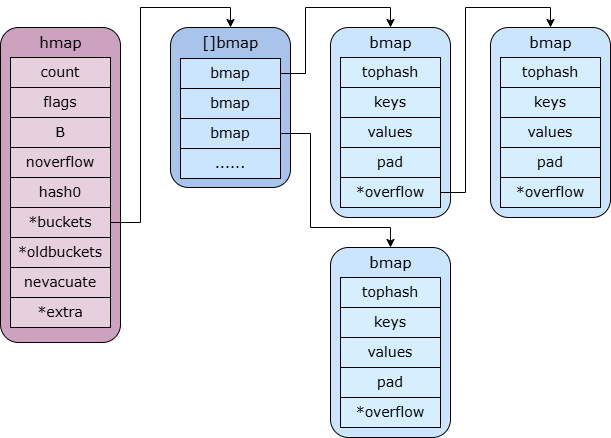
Above: go/map底层结构.drawio.png in guxdong/imgrepo (draw.io), before the change. Source tidied: cells renumbered, new cells last; positions are measured from the earlier drawing's top-left corner, leaving out a move shared by most shapes.
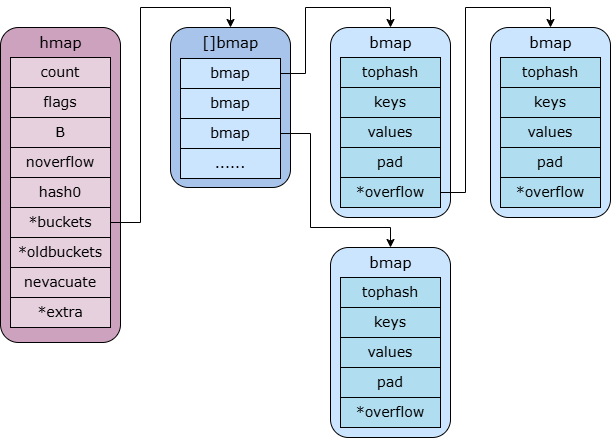
The same file after the commit.

Commit message:
更新map底层结构.drawio.png

Change to the diagram source:
```diff
@@ -65,19 +65,19 @@
     <mxCell id="22" style="rounded=1;whiteSpace=wrap;html=1;fillColor=#CCE5FF;" parent="21" vertex="1">
       <mxGeometry width="120" height="190" as="geometry" />
     </mxCell>
-    <mxCell id="23" value="&lt;font face=&quot;Verdana&quot; style=&quot;font-size: 14px;&quot;&gt;tophash&lt;/font&gt;" style="rounded=0;whiteSpace=wrap;html=1;fillColor=#D6EFFF;" parent="21" vertex="1">
+    <mxCell id="23" value="&lt;font face=&quot;Verdana&quot; style=&quot;font-size: 14px;&quot;&gt;tophash&lt;/font&gt;" style="rounded=0;whiteSpace=wrap;html=1;fillColor=#b1ddf0;strokeColor=#000000;" parent="21" vertex="1">
       <mxGeometry x="10" y="30" width="100" height="30" as="geometry" />
     </mxCell>
-    <mxCell id="24" value="&lt;font face=&quot;Verdana&quot; style=&quot;font-size: 14px;&quot;&gt;keys&lt;/font&gt;" style="rounded=0;whiteSpace=wrap;html=1;fillColor=#D6EFFF;" parent="21" vertex="1">
+    <mxCell id="24" value="&lt;font face=&quot;Verdana&quot; style=&quot;font-size: 14px;&quot;&gt;keys&lt;/font&gt;" style="rounded=0;whiteSpace=wrap;html=1;fillColor=#b1ddf0;strokeColor=#000000;" parent="21" vertex="1">
       <mxGeometry x="10" y="60" width="100" height="30" as="geometry" />
     </mxCell>
-    <mxCell id="25" value="&lt;font face=&quot;Verdana&quot; style=&quot;font-size: 14px;&quot;&gt;values&lt;/font&gt;" style="rounded=0;whiteSpace=wrap;html=1;fillColor=#D6EFFF;" parent="21" vertex="1">
+    <mxCell id="25" value="&lt;font face=&quot;Verdana&quot; style=&quot;font-size: 14px;&quot;&gt;values&lt;/font&gt;" style="rounded=0;whiteSpace=wrap;html=1;fillColor=#b1ddf0;strokeColor=#000000;" parent="21" vertex="1">
       <mxGeometry x="10" y="90" width="100" height="30" as="geometry" />
     </mxCell>
-    <mxCell id="26" value="&lt;font face=&quot;Verdana&quot; style=&quot;font-size: 14px;&quot;&gt;pad&lt;/font&gt;" style="rounded=0;whiteSpace=wrap;html=1;fillColor=#D6EFFF;" parent="21" vertex="1">
+    <mxCell id="26" value="&lt;font face=&quot;Verdana&quot; style=&quot;font-size: 14px;&quot;&gt;pad&lt;/font&gt;" style="rounded=0;whiteSpace=wrap;html=1;fillColor=#b1ddf0;strokeColor=#000000;" parent="21" vertex="1">
       <mxGeometry x="10" y="120" width="100" height="30" as="geometry" />
     </mxCell>
-    <mxCell id="27" value="&lt;font face=&quot;Verdana&quot; style=&quot;font-size: 14px;&quot;&gt;*overflow&lt;/font&gt;" style="rounded=0;whiteSpace=wrap;html=1;fillColor=#D6EFFF;" parent="21" vertex="1">
+    <mxCell id="27" value="&lt;font face=&quot;Verdana&quot; style=&quot;font-size: 14px;&quot;&gt;*overflow&lt;/font&gt;" style="rounded=0;whiteSpace=wrap;html=1;fillColor=#b1ddf0;strokeColor=#000000;" parent="21" vertex="1">
       <mxGeometry x="10" y="150" width="100" height="30" as="geometry" />
     </mxCell>
     <mxCell id="28" value="&lt;font face=&quot;Verdana&quot; style=&quot;font-size: 15px;&quot;&gt;bmap&lt;/font&gt;" style="text;html=1;align=center;verticalAlign=middle;strokeColor=none;fillColor=none;" parent="21" vertex="1">
@@ -89,83 +89,83 @@
     <mxCell id="30" style="rounded=1;whiteSpace=wrap;html=1;fillColor=#CCE5FF;" parent="29" vertex="1">
       <mxGeometry width="120" height="190" as="geometry" />
     </mxCell>
-    <mxCell id="31" value="&lt;font face=&quot;Verdana&quot; style=&quot;font-size: 14px;&quot;&gt;tophash&lt;/font&gt;" style="rounded=0;whiteSpace=wrap;html=1;fillColor=#D6EFFF;" parent="29" vertex="1">
+    <mxCell id="31" value="&lt;font face=&quot;Verdana&quot; style=&quot;font-size: 14px;&quot;&gt;tophash&lt;/font&gt;" style="rounded=0;whiteSpace=wrap;html=1;fillColor=#b1ddf0;strokeColor=#000000;" parent="29" vertex="1">
       <mxGeometry x="10" y="30" width="100" height="30" as="geometry" />
     </mxCell>
-    <mxCell id="32" value="&lt;font face=&quot;Verdana&quot; style=&quot;font-size: 14px;&quot;&gt;keys&lt;/font&gt;" style="rounded=0;whiteSpace=wrap;html=1;fillColor=#D6EFFF;" parent="29" vertex="1">
+    <mxCell id="32" value="&lt;font face=&quot;Verdana&quot; style=&quot;font-size: 14px;&quot;&gt;keys&lt;/font&gt;" style="rounded=0;whiteSpace=wrap;html=1;fillColor=#b1ddf0;strokeColor=#000000;" parent="29" vertex="1">
       <mxGeometry x="10" y="60" width="100" height="30" as="geometry" />
     </mxCell>
-    <mxCell id="33" value="&lt;font face=&quot;Verdana&quot; style=&quot;font-size: 14px;&quot;&gt;values&lt;/font&gt;" style="rounded=0;whiteSpace=wrap;html=1;fillColor=#D6EFFF;" parent="29" vertex="1">
+    <mxCell id="33" value="&lt;font face=&quot;Verdana&quot; style=&quot;font-size: 14px;&quot;&gt;values&lt;/font&gt;" style="rounded=0;whiteSpace=wrap;html=1;fillColor=#b1ddf0;strokeColor=#000000;" parent="29" vertex="1">
       <mxGeometry x="10" y="90" width="100" height="30" as="geometry" />
     </mxCell>
-    <mxCell id="34" value="&lt;font face=&quot;Verdana&quot; style=&quot;font-size: 14px;&quot;&gt;pad&lt;/font&gt;" style="rounded=0;whiteSpace=wrap;html=1;fillColor=#D6EFFF;" parent="29" vertex="1">
+    <mxCell id="34" value="&lt;font face=&quot;Verdana&quot; style=&quot;font-size: 14px;&quot;&gt;pad&lt;/font&gt;" style="rounded=0;whiteSpace=wrap;html=1;fillColor=#b1ddf0;strokeColor=#000000;" parent="29" vertex="1">
       <mxGeometry x="10" y="120" width="100" height="30" as="geometry" />
     </mxCell>
-    <mxCell id="35" value="&lt;font face=&quot;Verdana&quot; style=&quot;font-size: 14px;&quot;&gt;*overflow&lt;/font&gt;" style="rounded=0;whiteSpace=wrap;html=1;fillColor=#D6EFFF;" parent="29" vertex="1">
+    <mxCell id="35" value="&lt;font face=&quot;Verdana&quot; style=&quot;font-size: 14px;&quot;&gt;*overflow&lt;/font&gt;" style="rounded=0;whiteSpace=wrap;html=1;fillColor=#b1ddf0;strokeColor=#000000;" parent="29" vertex="1">
       <mxGeometry x="10" y="150" width="100" height="30" as="geometry" />
     </mxCell>
     <mxCell id="36" value="&lt;font face=&quot;Verdana&quot; style=&quot;font-size: 15px;&quot;&gt;bmap&lt;/font&gt;" style="text;html=1;align=center;verticalAlign=middle;strokeColor=none;fillColor=none;" parent="29" vertex="1">
       <mxGeometry x="25" width="70" height="30" as="geometry" />
     </mxCell>
+    <mxCell id="45" style="endArrow=classic;html=1;rounded=0;exitX=1;exitY=0.5;exitDx=0;exitDy=0;entryX=0.5;entryY=0;entryDx=0;entryDy=0;edgeStyle=orthogonalEdgeStyle;" parent="1" edge="1" source="9" target="15">
+      <mxGeometry relative="1" as="geometry">
+        <Array as="points">
+          <mxPoint x="140" y="215" />
+          <mxPoint x="140" />
+          <mxPoint x="230" />
+        </Array>
+      </mxGeometry>
+    </mxCell>
+    <mxCell id="46" style="endArrow=classic;html=1;rounded=0;exitX=1;exitY=0.5;exitDx=0;exitDy=0;entryX=0.5;entryY=0;entryDx=0;entryDy=0;edgeStyle=orthogonalEdgeStyle;" parent="1" edge="1" source="16" target="22">
+      <mxGeometry relative="1" as="geometry">
+        <Array as="points">
+          <mxPoint x="305" y="66" />
+          <mxPoint x="305" />
+          <mxPoint x="390" />
+        </Array>
+      </mxGeometry>
+    </mxCell>
+    <mxCell id="47" style="endArrow=classic;html=1;rounded=0;exitX=1;exitY=0.5;exitDx=0;exitDy=0;entryX=0.5;entryY=0;entryDx=0;entryDy=0;edgeStyle=orthogonalEdgeStyle;" parent="1" edge="1" source="27" target="30">
+      <mxGeometry relative="1" as="geometry">
+        <Array as="points">
+          <mxPoint x="465" y="185" />
+          <mxPoint x="465" />
+          <mxPoint x="550" />
+        </Array>
+      </mxGeometry>
+    </mxCell>
+    <mxCell id="48" style="endArrow=classic;html=1;rounded=0;exitX=1;exitY=0.5;exitDx=0;exitDy=0;entryX=0.5;entryY=0;entryDx=0;entryDy=0;edgeStyle=orthogonalEdgeStyle;" parent="1" edge="1" source="18" target="38">
+      <mxGeometry relative="1" as="geometry">
+        <Array as="points">
+          <mxPoint x="310" y="126" />
+          <mxPoint x="310" y="220" />
+          <mxPoint x="390" y="220" />
+        </Array>
+      </mxGeometry>
+    </mxCell>
     <mxCell id="37" style="group;" parent="1" vertex="1">
       <mxGeometry x="330" y="240" width="120" height="190" as="geometry" />
     </mxCell>
     <mxCell id="38" style="rounded=1;whiteSpace=wrap;html=1;fillColor=#CCE5FF;" parent="37" vertex="1">
       <mxGeometry width="120" height="190" as="geometry" />
     </mxCell>
-    <mxCell id="39" value="&lt;font face=&quot;Verdana&quot; style=&quot;font-size: 14px;&quot;&gt;tophash&lt;/font&gt;" style="rounded=0;whiteSpace=wrap;html=1;fillColor=#D6EFFF;" parent="37" vertex="1">
+    <mxCell id="39" value="&lt;font face=&quot;Verdana&quot; style=&quot;font-size: 14px;&quot;&gt;tophash&lt;/font&gt;" style="rounded=0;whiteSpace=wrap;html=1;fillColor=#b1ddf0;strokeColor=#000000;" parent="37" vertex="1">
       <mxGeometry x="10" y="30" width="100" height="30" as="geometry" />
     </mxCell>
-    <mxCell id="40" value="&lt;font face=&quot;Verdana&quot; style=&quot;font-size: 14px;&quot;&gt;keys&lt;/font&gt;" style="rounded=0;whiteSpace=wrap;html=1;fillColor=#D6EFFF;" parent="37" vertex="1">
+    <mxCell id="40" value="&lt;font face=&quot;Verdana&quot; style=&quot;font-size: 14px;&quot;&gt;keys&lt;/font&gt;" style="rounded=0;whiteSpace=wrap;html=1;fillColor=#b1ddf0;strokeColor=#000000;" parent="37" vertex="1">
       <mxGeometry x="10" y="60" width="100" height="30" as="geometry" />
     </mxCell>
-    <mxCell id="41" value="&lt;font face=&quot;Verdana&quot; style=&quot;font-size: 14px;&quot;&gt;values&lt;/font&gt;" style="rounded=0;whiteSpace=wrap;html=1;fillColor=#D6EFFF;" parent="37" vertex="1">
+    <mxCell id="41" value="&lt;font face=&quot;Verdana&quot; style=&quot;font-size: 14px;&quot;&gt;values&lt;/font&gt;" style="rounded=0;whiteSpace=wrap;html=1;fillColor=#b1ddf0;strokeColor=#000000;" parent="37" vertex="1">
       <mxGeometry x="10" y="90" width="100" height="30" as="geometry" />
     </mxCell>
-    <mxCell id="42" value="&lt;font face=&quot;Verdana&quot; style=&quot;font-size: 14px;&quot;&gt;pad&lt;/font&gt;" style="rounded=0;whiteSpace=wrap;html=1;fillColor=#D6EFFF;" parent="37" vertex="1">
+    <mxCell id="42" value="&lt;font face=&quot;Verdana&quot; style=&quot;font-size: 14px;&quot;&gt;pad&lt;/font&gt;" style="rounded=0;whiteSpace=wrap;html=1;fillColor=#b1ddf0;strokeColor=#000000;" parent="37" vertex="1">
       <mxGeometry x="10" y="120" width="100" height="30" as="geometry" />
     </mxCell>
-    <mxCell id="43" value="&lt;font face=&quot;Verdana&quot; style=&quot;font-size: 14px;&quot;&gt;*overflow&lt;/font&gt;" style="rounded=0;whiteSpace=wrap;html=1;fillColor=#D6EFFF;" parent="37" vertex="1">
+    <mxCell id="43" value="&lt;font face=&quot;Verdana&quot; style=&quot;font-size: 14px;&quot;&gt;*overflow&lt;/font&gt;" style="rounded=0;whiteSpace=wrap;html=1;fillColor=#b1ddf0;strokeColor=#000000;" parent="37" vertex="1">
       <mxGeometry x="10" y="150" width="100" height="30" as="geometry" />
     </mxCell>
     <mxCell id="44" value="&lt;font face=&quot;Verdana&quot; style=&quot;font-size: 15px;&quot;&gt;bmap&lt;/font&gt;" style="text;html=1;align=center;verticalAlign=middle;strokeColor=none;fillColor=none;" parent="37" vertex="1">
       <mxGeometry x="25" width="70" height="30" as="geometry" />
     </mxCell>
-    <mxCell id="45" style="endArrow=classic;html=1;rounded=0;exitX=1;exitY=0.5;exitDx=0;exitDy=0;entryX=0.5;entryY=0;entryDx=0;entryDy=0;edgeStyle=orthogonalEdgeStyle;" parent="1" edge="1" source="9" target="15">
-      <mxGeometry relative="1" as="geometry">
-        <Array as="points">
-          <mxPoint x="140" y="215" />
-          <mxPoint x="140" />
-          <mxPoint x="230" />
-        </Array>
-      </mxGeometry>
-    </mxCell>
-    <mxCell id="46" style="endArrow=classic;html=1;rounded=0;exitX=1;exitY=0.5;exitDx=0;exitDy=0;entryX=0.5;entryY=0;entryDx=0;entryDy=0;edgeStyle=orthogonalEdgeStyle;" parent="1" edge="1" source="16" target="22">
-      <mxGeometry relative="1" as="geometry">
-        <Array as="points">
-          <mxPoint x="305" y="66" />
-          <mxPoint x="305" />
-          <mxPoint x="390" />
-        </Array>
-      </mxGeometry>
-    </mxCell>
-    <mxCell id="47" style="endArrow=classic;html=1;rounded=0;exitX=1;exitY=0.5;exitDx=0;exitDy=0;entryX=0.5;entryY=0;entryDx=0;entryDy=0;edgeStyle=orthogonalEdgeStyle;" parent="1" edge="1" source="27" target="30">
-      <mxGeometry relative="1" as="geometry">
-        <Array as="points">
-          <mxPoint x="465" y="185" />
-          <mxPoint x="465" />
-          <mxPoint x="550" />
-        </Array>
-      </mxGeometry>
-    </mxCell>
-    <mxCell id="48" style="endArrow=classic;html=1;rounded=0;exitX=1;exitY=0.5;exitDx=0;exitDy=0;entryX=0.5;entryY=0;entryDx=0;entryDy=0;edgeStyle=orthogonalEdgeStyle;" parent="1" edge="1" source="18" target="38">
-      <mxGeometry relative="1" as="geometry">
-        <Array as="points">
-          <mxPoint x="310" y="126" />
-          <mxPoint x="310" y="220" />
-          <mxPoint x="390" y="220" />
-        </Array>
-      </mxGeometry>
-    </mxCell>
   </root>
 </mxGraphModel>
```
